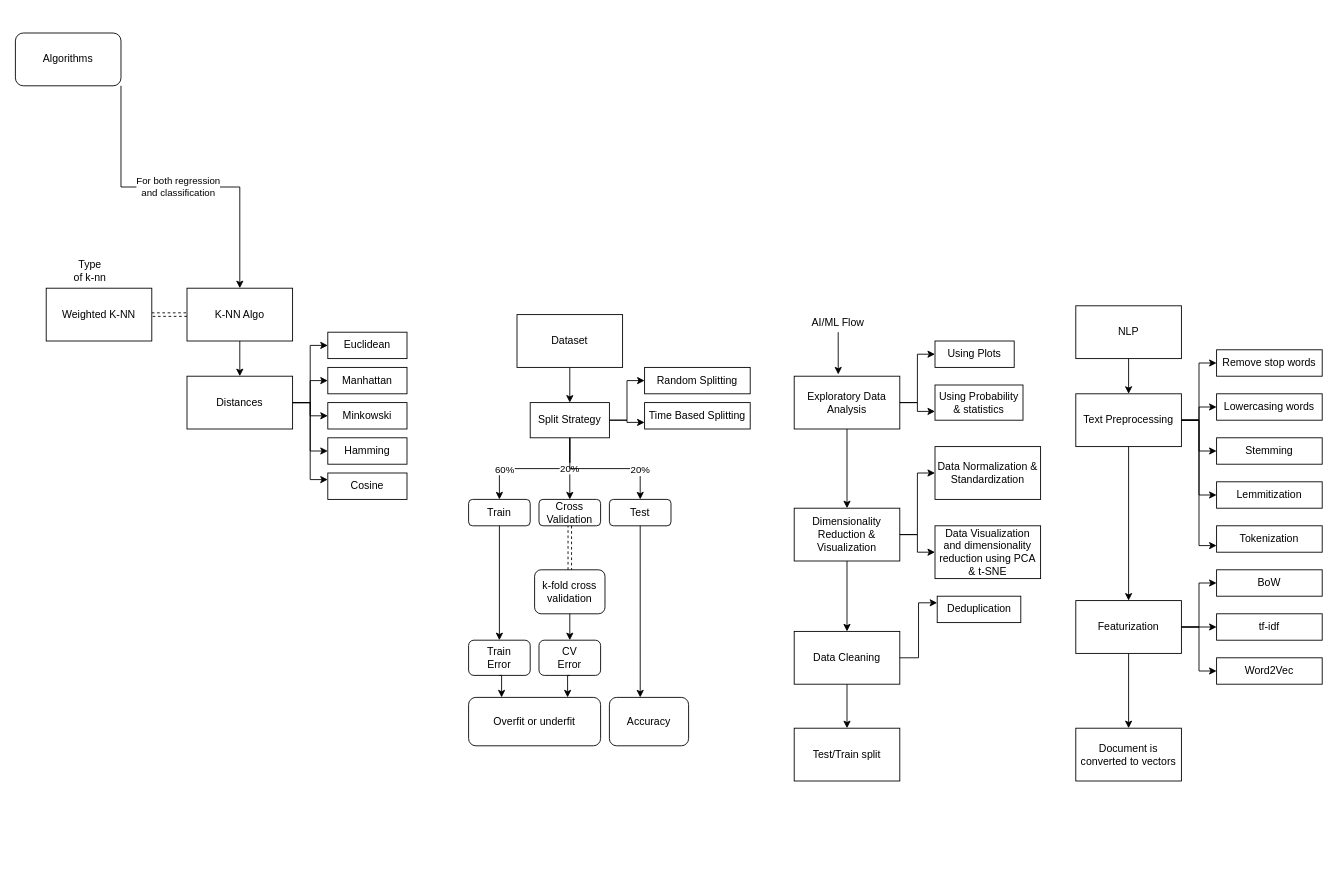
The draw.io diagram AI_Flow.drawio in RaghuRam2404/AAIC, before the edit. Source tidied: cells renumbered, new cells numbered last; positions are measured from the earlier drawing's top-left corner, leaving out a move shared by most shapes. Both pictures are drawn from the tidied source at 88%, with x=0, y=0 at pixel (15, 33).
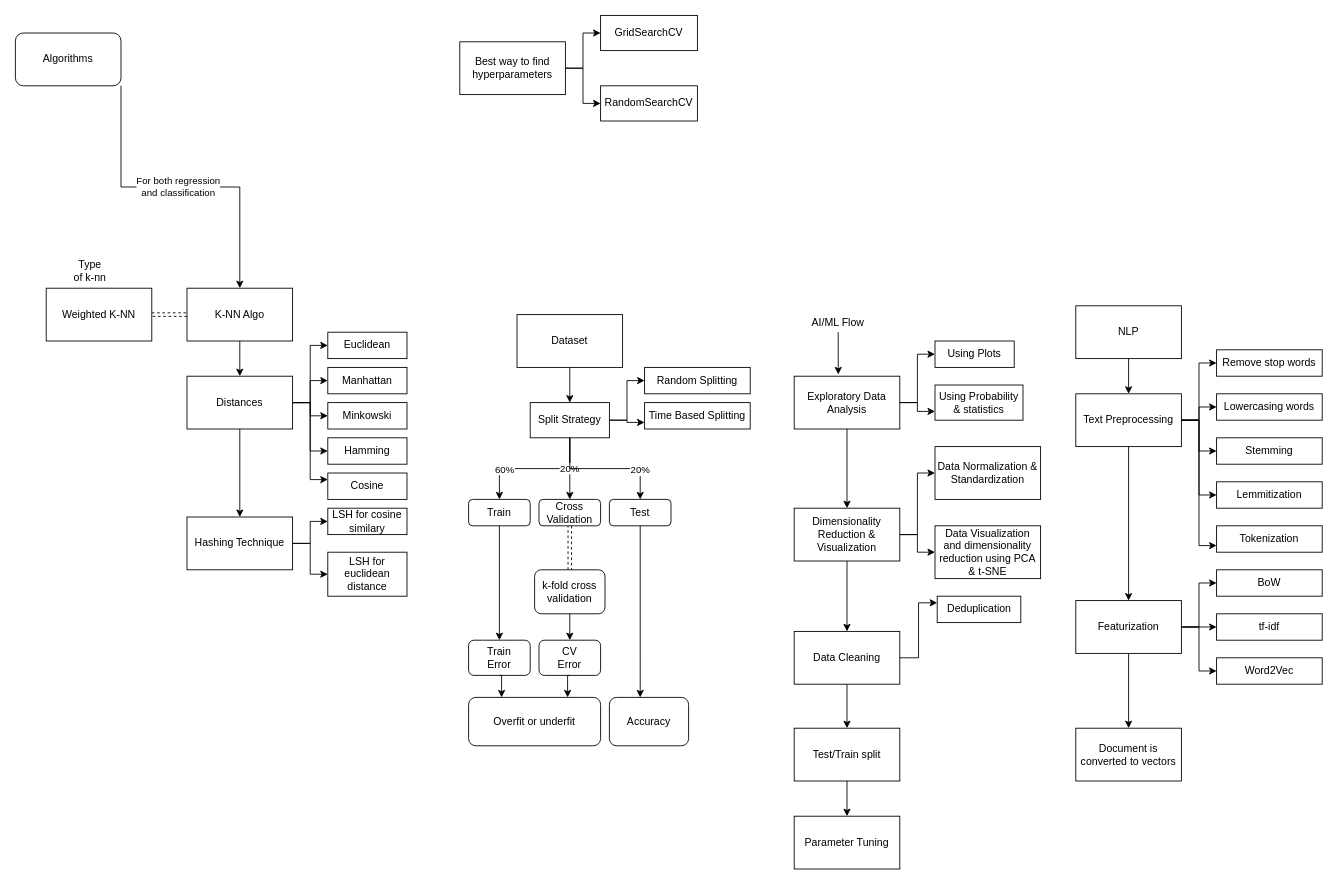
The same diagram, later.

Unchanged cells that the change refers to:
```xml
<mxCell id="4" value="Distances" style="rounded=0;whiteSpace=wrap;html=1;" parent="2" vertex="1">
  <mxGeometry x="160" y="130" width="120" height="60" as="geometry" />
</mxCell>
<mxCell id="71" value="Test/Train split" style="rounded=0;whiteSpace=wrap;html=1;" parent="70" vertex="1">
  <mxGeometry y="470" width="120" height="60" as="geometry" />
</mxCell>
```

What changed in the source:
```diff
@@
     <mxCell id="2" style="group;" parent="1" vertex="1">
-      <mxGeometry x="35" y="260" width="410" height="270" as="geometry" />
+      <mxGeometry x="35" y="260" width="410" height="310" as="geometry" />
     </mxCell>
@@
+    <mxCell id="93" style="edgeStyle=orthogonalEdgeStyle;rounded=0;jettySize=auto;html=1;exitX=1;exitY=0.5;exitDx=0;exitDy=0;entryX=0;entryY=0.5;entryDx=0;entryDy=0;" parent="2" edge="1" source="94" target="95">
+      <mxGeometry relative="1" as="geometry" />
+    </mxCell>
+    <mxCell id="94" value="Hashing Technique" style="rounded=0;whiteSpace=wrap;html=1;" parent="2" vertex="1">
+      <mxGeometry x="160" y="290" width="120" height="60" as="geometry" />
+    </mxCell>
+    <mxCell id="95" value="LSH for cosine similary" style="rounded=0;whiteSpace=wrap;html=1;" parent="2" vertex="1">
+      <mxGeometry x="320" y="280" width="90" height="30" as="geometry" />
+    </mxCell>
@@
+    <mxCell id="96" style="edgeStyle=orthogonalEdgeStyle;rounded=0;jettySize=auto;html=1;exitX=0.5;exitY=1;exitDx=0;exitDy=0;" parent="1" edge="1" source="4">
+      <mxGeometry relative="1" as="geometry">
+        <mxPoint x="255" y="550" as="targetPoint" />
+      </mxGeometry>
+    </mxCell>
+    <mxCell id="97" value="LSH for euclidean distance" style="rounded=0;whiteSpace=wrap;html=1;" parent="1" vertex="1">
+      <mxGeometry x="355" y="590" width="90" height="50" as="geometry" />
+    </mxCell>
+    <mxCell id="98" style="edgeStyle=orthogonalEdgeStyle;rounded=0;jettySize=auto;html=1;exitX=1;exitY=0.5;exitDx=0;exitDy=0;entryX=0;entryY=0.5;entryDx=0;entryDy=0;" parent="1" edge="1" source="94" target="97">
+      <mxGeometry relative="1" as="geometry" />
+    </mxCell>
+    <mxCell id="99" style="edgeStyle=orthogonalEdgeStyle;rounded=0;jettySize=auto;html=1;exitX=1;exitY=0.5;exitDx=0;exitDy=0;entryX=0;entryY=0.5;entryDx=0;entryDy=0;" parent="1" edge="1" source="101" target="103">
+      <mxGeometry relative="1" as="geometry" />
+    </mxCell>
+    <mxCell id="100" style="edgeStyle=orthogonalEdgeStyle;rounded=0;jettySize=auto;html=1;exitX=1;exitY=0.5;exitDx=0;exitDy=0;entryX=0;entryY=0.5;entryDx=0;entryDy=0;" parent="1" edge="1" source="101" target="102">
+      <mxGeometry relative="1" as="geometry" />
+    </mxCell>
+    <mxCell id="101" value="Best way to find hyperparameters" style="rounded=0;whiteSpace=wrap;html=1;" parent="1" vertex="1">
+      <mxGeometry x="505" y="10" width="120" height="60" as="geometry" />
+    </mxCell>
+    <mxCell id="102" value="GridSearchCV" style="rounded=0;whiteSpace=wrap;html=1;" parent="1" vertex="1">
+      <mxGeometry x="665" y="-20" width="110" height="40" as="geometry" />
+    </mxCell>
+    <mxCell id="103" value="RandomSearchCV" style="rounded=0;whiteSpace=wrap;html=1;" parent="1" vertex="1">
+      <mxGeometry x="665" y="60" width="110" height="40" as="geometry" />
+    </mxCell>
+    <mxCell id="104" value="Parameter Tuning" style="rounded=0;whiteSpace=wrap;html=1;" parent="1" vertex="1">
+      <mxGeometry x="885" y="890" width="120" height="60" as="geometry" />
+    </mxCell>
+    <mxCell id="105" style="edgeStyle=orthogonalEdgeStyle;rounded=0;jettySize=auto;html=1;" parent="1" edge="1" source="71" target="104">
+      <mxGeometry relative="1" as="geometry" />
+    </mxCell>
```
